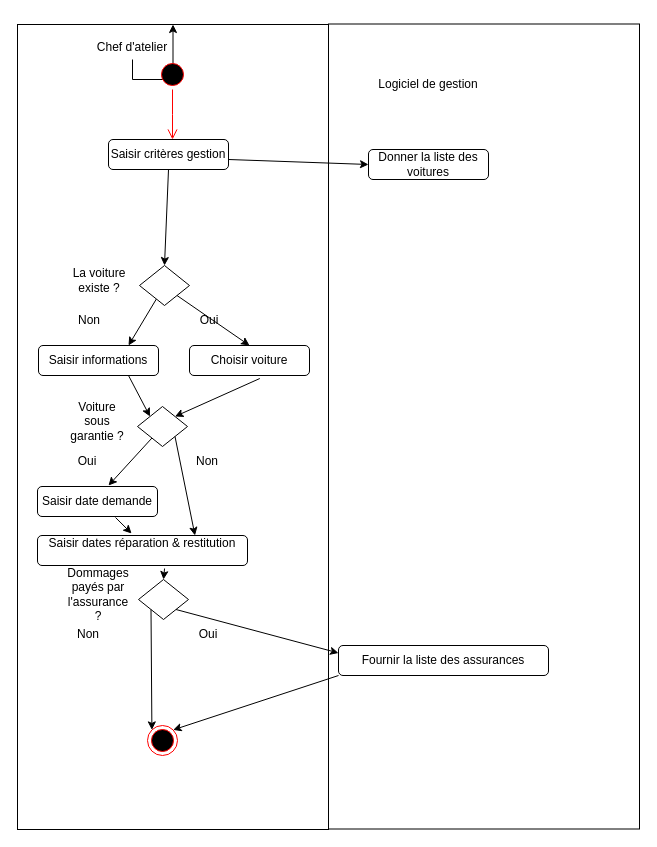
Earlier version of the draw.io diagram diagramme_fiche_reparation.drawio (ewan-delanoy/uml_diagram). Source tidied: cells renumbered, new cells numbered last; positions are measured from the earlier drawing's top-left corner, leaving out a move shared by most shapes. Both pictures are drawn from the tidied source at 100%, with x=0, y=0 at pixel (17, 23).
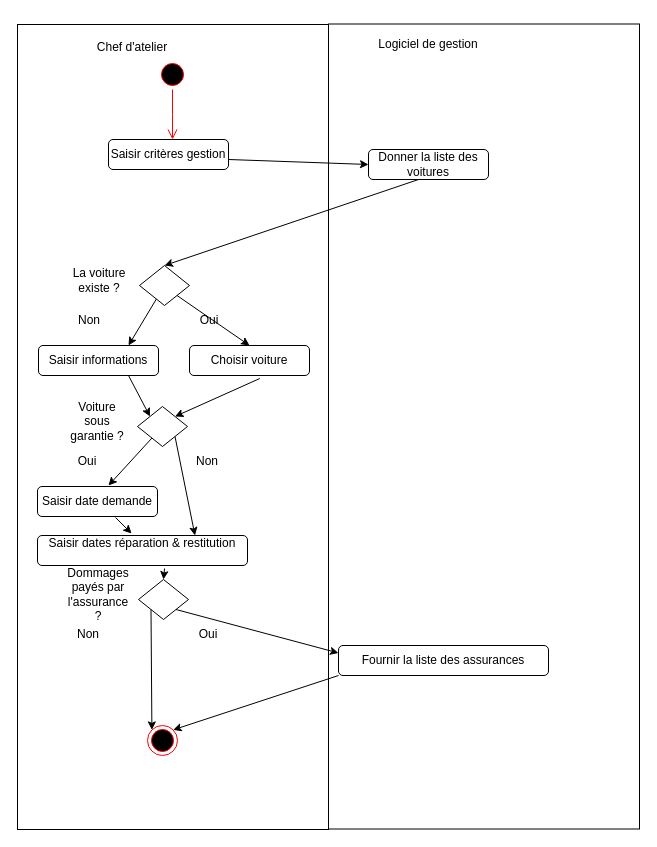
The same diagram, later.

Commit message (it also covers changes not shown here):
Mettre à jour diagramme_fiche_reparation.drawio

Unchanged cells that the change refers to:
```xml
<mxCell id="3" style="whiteSpace=wrap;html=1;" parent="1" vertex="1">
  <mxGeometry y="1" width="311" height="805" as="geometry" />
</mxCell>
<mxCell id="5" value="&lt;div&gt;Chef d'atelier&lt;/div&gt;&lt;div&gt;&lt;br&gt;&lt;/div&gt;" style="text;html=1;strokeColor=none;fillColor=none;align=center;verticalAlign=middle;whiteSpace=wrap;rounded=0;" parent="1" vertex="1">
  <mxGeometry x="70" y="26" width="90" height="10" as="geometry" />
</mxCell>
<mxCell id="7" value="&lt;div&gt;Donner la liste des voitures&lt;/div&gt;" style="rounded=1;whiteSpace=wrap;html=1;" parent="1" vertex="1">
  <mxGeometry x="351" y="126" width="120" height="30" as="geometry" />
</mxCell>
<mxCell id="9" style="rhombus;whiteSpace=wrap;html=1;" parent="1" vertex="1">
  <mxGeometry x="122" y="242" width="50" height="40" as="geometry" />
</mxCell>
<mxCell id="13" value="Saisir critères gestion" style="rounded=1;whiteSpace=wrap;html=1;" parent="1" vertex="1">
  <mxGeometry x="91" y="116" width="120" height="30" as="geometry" />
</mxCell>
```

Change to the diagram source:
```diff
@@
-    <mxCell id="4" style="edgeStyle=orthogonalEdgeStyle;rounded=0;jettySize=auto;html=1;" parent="1" edge="1" source="5" target="3">
-      <mxGeometry relative="1" as="geometry" />
-    </mxCell>
@@
     <mxCell id="6" value="&lt;div&gt;Logiciel de gestion&lt;/div&gt;" style="text;html=1;strokeColor=none;fillColor=none;align=center;verticalAlign=middle;whiteSpace=wrap;rounded=0;" parent="1" vertex="1">
-      <mxGeometry x="321" y="46" width="180" height="30" as="geometry" />
+      <mxGeometry x="321" y="6" width="180" height="30" as="geometry" />
     </mxCell>
@@
-    <mxCell id="39" style="endArrow=classic;html=1;rounded=0;entryX=0.5;entryY=0;entryDx=0;entryDy=0;exitX=0.5;exitY=1;exitDx=0;exitDy=0;" parent="1" edge="1" source="13" target="9">
+    <mxCell id="39" style="endArrow=classic;html=1;rounded=0;entryX=0.5;entryY=0;entryDx=0;entryDy=0;exitX=0.417;exitY=1;exitDx=0;exitDy=0;exitPerimeter=0;" parent="1" edge="1" source="7" target="9">
       <mxGeometry relative="1" as="geometry" />
     </mxCell>
```
